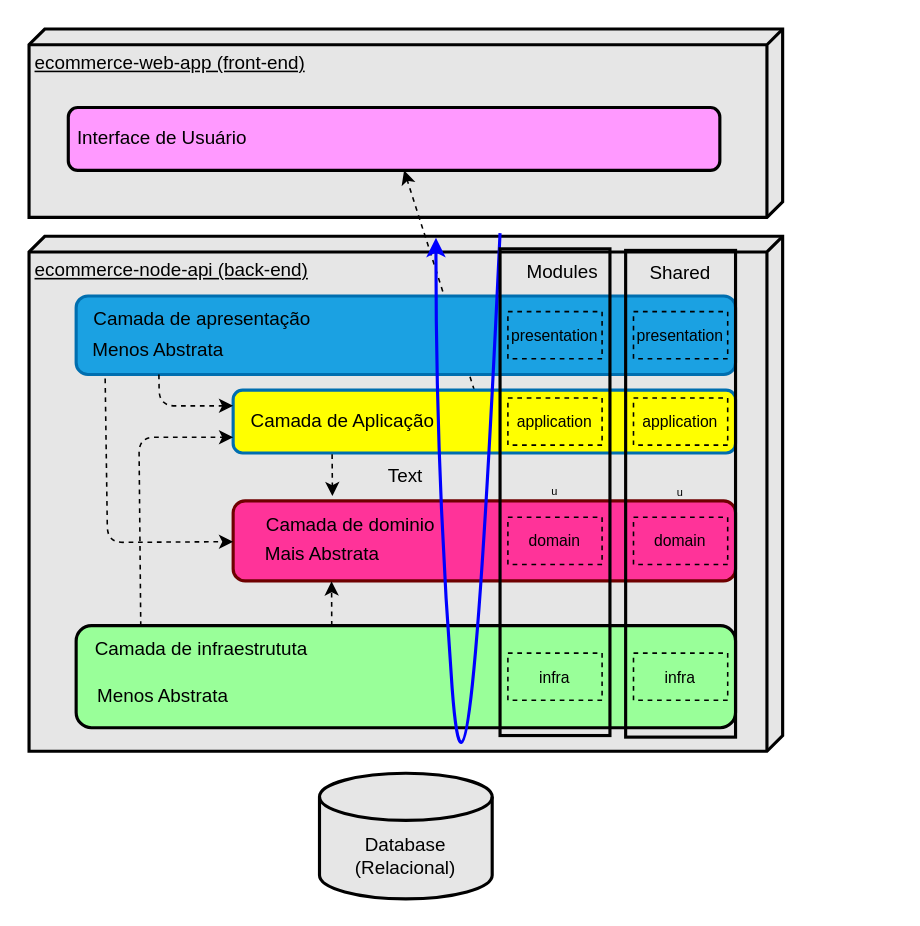
Earlier version of the draw.io diagram page "Arquitetura em Camadas" (1 of 2) of requirements/ecommerce-arquitetura.drawio (EvilazioNeto/ecommerce-node-api). Source tidied: cells renumbered, new cells numbered last; positions are measured from the earlier drawing's top-left corner, leaving out a move shared by most shapes. Both pictures are drawn from the tidied source at 157%, with x=0, y=0 at pixel (28, 28).
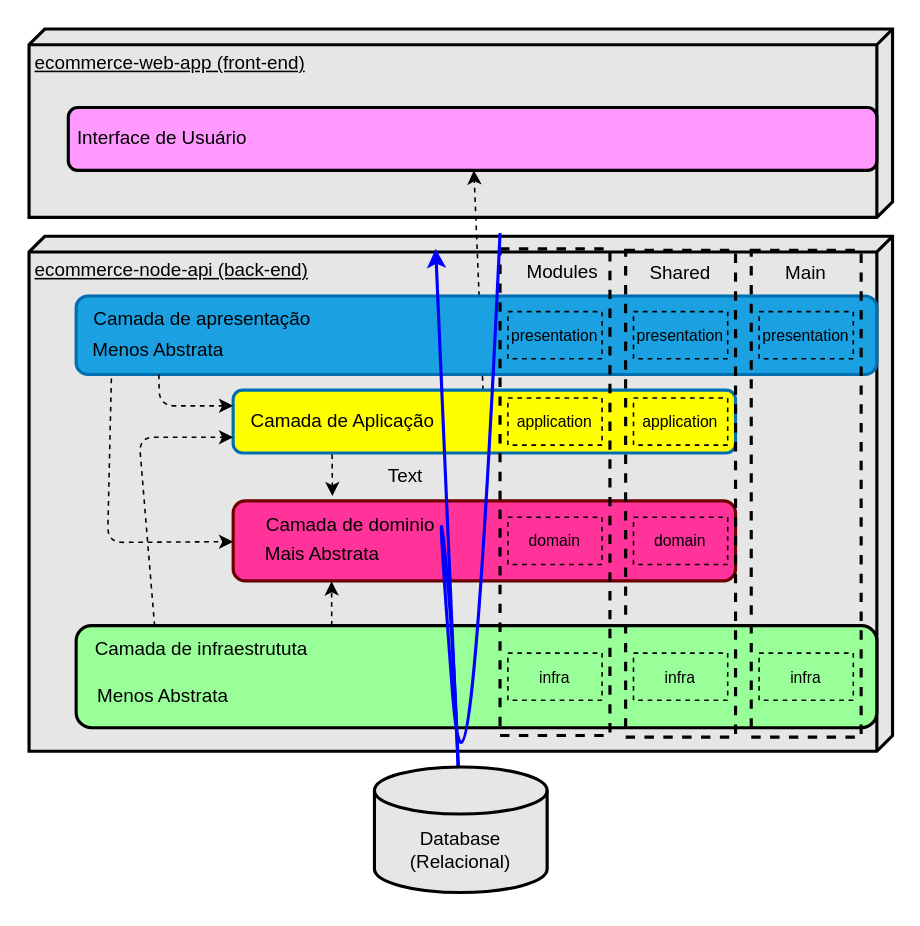
The same page after the edit.

Change to the diagram source:
```diff
@@
     <mxCell id="2" value="&lt;font color=&quot;#000000&quot;&gt;ecommerce-node-api (back-end)&lt;/font&gt;" style="verticalAlign=top;align=left;spacingTop=8;spacingLeft=2;spacingRight=12;shape=cube;size=10;direction=south;fontStyle=4;html=1;strokeWidth=2;fillColor=#E6E6E6;" parent="1" vertex="1">
-      <mxGeometry y="132" width="480" height="328" as="geometry" />
+      <mxGeometry y="132" width="550" height="328" as="geometry" />
     </mxCell>
     <mxCell id="3" value="&lt;font color=&quot;#000000&quot;&gt;ecommerce-web-app (front-end)&lt;/font&gt;" style="verticalAlign=top;align=left;spacingTop=8;spacingLeft=2;spacingRight=12;shape=cube;size=10;direction=south;fontStyle=4;html=1;strokeWidth=2;fillColor=#E6E6E6;" parent="1" vertex="1">
-      <mxGeometry width="480" height="120" as="geometry" />
+      <mxGeometry width="550" height="120" as="geometry" />
     </mxCell>
-    <mxCell id="4" value="&lt;font color=&quot;#000000&quot;&gt;Database (Relacional)&lt;/font&gt;" style="shape=cylinder3;whiteSpace=wrap;html=1;boundedLbl=1;backgroundOutline=1;size=15;strokeWidth=2;fillColor=#E6E6E6;" parent="1" vertex="1">
-      <mxGeometry x="185" y="474" width="110" height="80" as="geometry" />
-    </mxCell>
@@
     <mxCell id="13" value="&lt;div style=&quot;&quot;&gt;&lt;br&gt;&lt;/div&gt;" style="rounded=1;whiteSpace=wrap;html=1;strokeWidth=2;align=center;fillColor=#99FF99;points=[[0,0,0,0,0],[0,0.25,0,0,0],[0,0.51,0,0,0],[0,0.75,0,0,0],[0,1,0,0,0],[0.08,0,0,0,-5],[0.16,0,0,0,-5],[0.25,1,0,0,0],[0.47,0,0,0,0],[0.5,1,0,0,0],[0.75,1,0,0,0],[1,0,0,0,0],[1,0.25,0,0,0],[1,0.51,0,0,0],[1,0.75,0,0,0],[1,1,0,0,0]];strokeColor=#000000;" parent="1" vertex="1">
-      <mxGeometry x="30" y="380" width="420" height="65" as="geometry" />
+      <mxGeometry x="30" y="380" width="510" height="65" as="geometry" />
     </mxCell>
@@
     <mxCell id="15" value="&lt;div style=&quot;&quot;&gt;&lt;br&gt;&lt;/div&gt;" style="rounded=1;whiteSpace=wrap;html=1;strokeWidth=2;align=center;fillColor=#FF99FF;" parent="1" vertex="1">
-      <mxGeometry x="25" y="50" width="415" height="40" as="geometry" />
+      <mxGeometry x="25" y="50" width="515" height="40" as="geometry" />
     </mxCell>
@@
     <mxCell id="18" value="&lt;div style=&quot;&quot;&gt;&lt;br&gt;&lt;/div&gt;" style="rounded=1;whiteSpace=wrap;html=1;strokeWidth=2;align=center;fillColor=#1ba1e2;fontColor=#ffffff;strokeColor=#006EAF;points=[[0,0,0,0,0],[0,0.26,0,0,0],[0,0.5,0,0,0],[0,0.74,0,0,0],[0,1,0,0,0],[0.05,0.88,0,0,0],[0.11,1,0,0,0],[0.25,0,0,0,0],[0.5,0,0,0,0],[0.75,0,0,0,0],[0.75,1,0,0,0],[1,0,0,0,0],[1,0.26,0,0,0],[1,0.5,0,0,0],[1,0.76,0,0,0],[1,1,0,0,0]];" parent="1" vertex="1">
-      <mxGeometry x="30" y="170" width="420" height="50" as="geometry" />
+      <mxGeometry x="30" y="170" width="510" height="50" as="geometry" />
     </mxCell>
@@
-    <mxCell id="24" style="curved=1;endArrow=classic;html=1;rounded=1;strokeColor=#0000FF;fontColor=#000000;strokeWidth=2;entryX=0.003;entryY=0.46;entryDx=0;entryDy=0;entryPerimeter=0;" parent="1" edge="1" target="2">
+    <mxCell id="24" style="curved=1;endArrow=classic;html=1;rounded=1;strokeColor=#0000FF;fontColor=#000000;strokeWidth=2;startArrow=none;" parent="1" edge="1" source="4">
       <mxGeometry relative="1" as="geometry">
-        <mxPoint x="300" y="130" as="sourcePoint" />
-        <Array as="points">
-          <mxPoint x="280" y="560" />
-          <mxPoint x="259" y="280" />
-        </Array>
+        <mxPoint x="259" y="140" as="targetPoint" />
       </mxGeometry>
     </mxCell>
-    <mxCell id="25" value="u" style="rounded=0;whiteSpace=wrap;html=1;strokeWidth=2;fillWeight=4;hachureGap=8;hachureAngle=45;fillColor=none;shadow=0;strokeColor=#000000;fontSize=7;fontColor=#000000;" parent="1" vertex="1">
+    <mxCell id="25" style="rounded=0;whiteSpace=wrap;html=1;strokeWidth=2;fillWeight=4;hachureGap=8;hachureAngle=45;fillColor=none;shadow=0;strokeColor=#000000;fontSize=7;fontColor=#000000;dashed=1;" parent="1" vertex="1">
       <mxGeometry x="300" y="140" width="70" height="310" as="geometry" />
     </mxCell>
@@
-    <mxCell id="32" value="u" style="rounded=0;whiteSpace=wrap;html=1;strokeWidth=2;fillWeight=4;hachureGap=8;hachureAngle=45;fillColor=none;shadow=0;strokeColor=#000000;fontSize=7;fontColor=#000000;" parent="1" vertex="1">
+    <mxCell id="32" style="rounded=0;whiteSpace=wrap;html=1;strokeWidth=2;fillWeight=4;hachureGap=8;hachureAngle=45;fillColor=none;shadow=0;strokeColor=#000000;fontSize=7;fontColor=#000000;dashed=1;" parent="1" vertex="1">
       <mxGeometry x="380" y="141" width="70" height="310" as="geometry" />
     </mxCell>
@@
+    <mxCell id="38" style="rounded=0;whiteSpace=wrap;html=1;strokeWidth=2;fillWeight=4;hachureGap=8;hachureAngle=45;fillColor=none;shadow=0;strokeColor=#000000;fontSize=7;fontColor=#000000;dashed=1;" parent="1" vertex="1">
+      <mxGeometry x="460" y="141" width="70" height="310" as="geometry" />
+    </mxCell>
+    <mxCell id="39" value="&lt;font style=&quot;font-size: 10px;&quot; color=&quot;#000000&quot;&gt;infra&lt;/font&gt;" style="text;html=1;strokeColor=#000000;fillColor=none;align=center;verticalAlign=middle;whiteSpace=wrap;rounded=0;sketch=0;dashed=1;" parent="1" vertex="1">
+      <mxGeometry x="465" y="397.5" width="60" height="30" as="geometry" />
+    </mxCell>
+    <mxCell id="40" value="&lt;font style=&quot;font-size: 10px;&quot; color=&quot;#000000&quot;&gt;presentation&lt;/font&gt;" style="text;html=1;strokeColor=#000000;fillColor=none;align=center;verticalAlign=middle;whiteSpace=wrap;rounded=0;sketch=0;dashed=1;" parent="1" vertex="1">
+      <mxGeometry x="465" y="180" width="60" height="30" as="geometry" />
+    </mxCell>
+    <mxCell id="41" style="curved=1;endArrow=none;html=1;rounded=1;strokeColor=#0000FF;fontColor=#000000;strokeWidth=2;" parent="1" edge="1" target="4">
+      <mxGeometry relative="1" as="geometry">
+        <mxPoint x="300" y="130" as="sourcePoint" />
+        <Array as="points">
+          <mxPoint x="280" y="560" />
+          <mxPoint x="259" y="280" />
+          <mxPoint x="270" y="380" />
+        </Array>
+      </mxGeometry>
+    </mxCell>
+    <mxCell id="4" value="&lt;font color=&quot;#000000&quot;&gt;Database (Relacional)&lt;/font&gt;" style="shape=cylinder3;whiteSpace=wrap;html=1;boundedLbl=1;backgroundOutline=1;size=15;strokeWidth=2;fillColor=#E6E6E6;" parent="1" vertex="1">
+      <mxGeometry x="220" y="470" width="110" height="80" as="geometry" />
+    </mxCell>
+    <mxCell id="42" value="&lt;font color=&quot;#000000&quot;&gt;Main&lt;/font&gt;" style="text;html=1;strokeColor=none;fillColor=none;align=center;verticalAlign=middle;whiteSpace=wrap;rounded=0;sketch=0;" parent="1" vertex="1">
+      <mxGeometry x="465" y="141" width="60" height="30" as="geometry" />
+    </mxCell>
```
